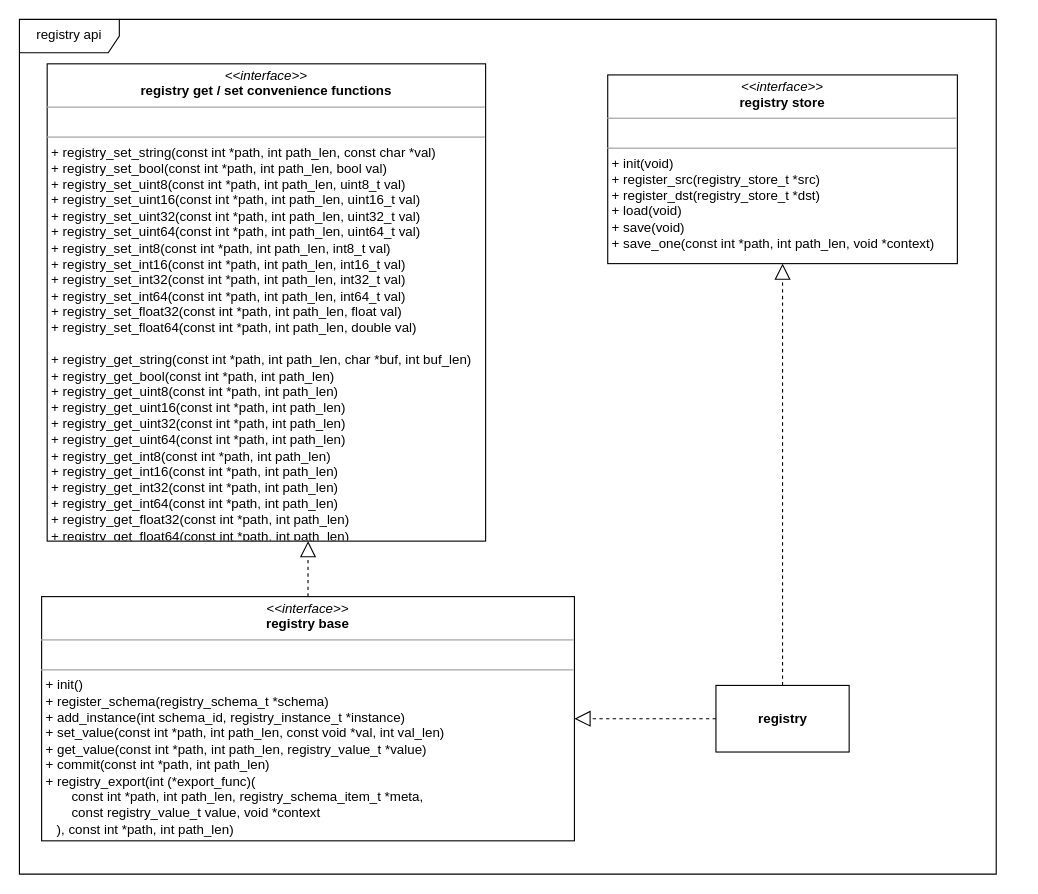
This is doc/drawio/api.drawio from LasseRosenow/riot-runtime-config, a draw.io file, before an edit. Source tidied: cells renumbered, new cells numbered last; positions are measured from the earlier drawing's top-left corner, leaving out a move shared by most shapes. Both pictures are drawn from the tidied source at 111%, with x=0, y=0 at pixel (19, 19).
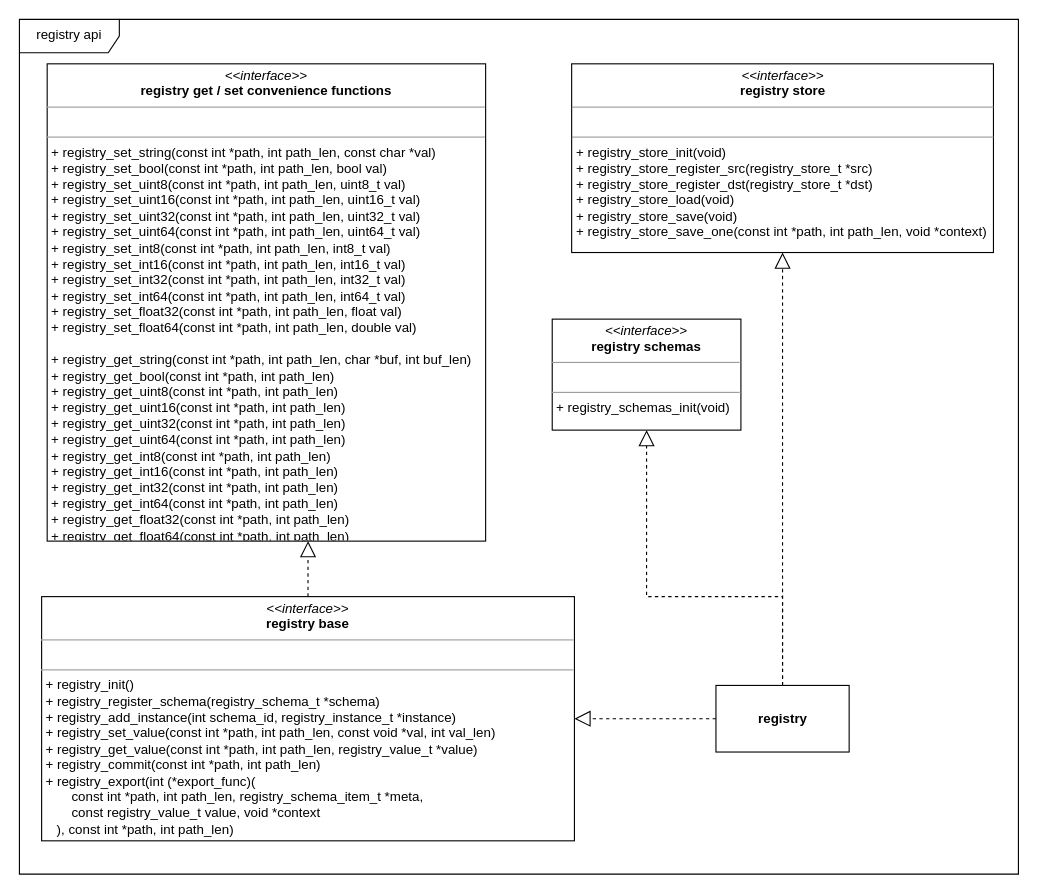
The same diagram, later.

The edit, as a diff of the source:
```diff
@@
 <mxGraphModel background="#FFFFFF">
   <root>
     <mxCell id="0" />
     <mxCell id="1" parent="0" />
     <mxCell id="2" value="registry api" style="shape=umlFrame;whiteSpace=wrap;html=1;verticalAlign=top;width=90;height=30;swimlaneFillColor=#ffffff;" parent="1" vertex="1">
-      <mxGeometry width="880" height="770" as="geometry" />
+      <mxGeometry width="900" height="770" as="geometry" />
     </mxCell>
-    <mxCell id="3" value="&lt;p style=&quot;margin: 0px ; margin-top: 4px ; text-align: center&quot;&gt;&lt;i&gt;&amp;lt;&amp;lt;interface&amp;gt;&amp;gt;&lt;/i&gt;&lt;br&gt;&lt;b&gt;registry base&lt;/b&gt;&lt;br&gt;&lt;/p&gt;&lt;hr size=&quot;1&quot;&gt;&lt;p style=&quot;margin: 0px ; margin-left: 4px&quot;&gt;&lt;br&gt;&lt;/p&gt;&lt;hr size=&quot;1&quot;&gt;&lt;p style=&quot;margin: 0px ; margin-left: 4px&quot;&gt;+ init()&lt;/p&gt;&lt;p style=&quot;margin: 0px ; margin-left: 4px&quot;&gt;+ register_schema(registry_schema_t *schema)&lt;/p&gt;&lt;p style=&quot;margin: 0px ; margin-left: 4px&quot;&gt;+&amp;nbsp;add_instance(int schema_id, registry_instance_t *instance)&lt;/p&gt;&lt;p style=&quot;margin: 0px ; margin-left: 4px&quot;&gt;+&amp;nbsp;set_value(const int *path, int path_len, const void *val, int val_len)&lt;/p&gt;&lt;p style=&quot;margin: 0px ; margin-left: 4px&quot;&gt;+&amp;nbsp;get_value(const int *path, int path_len, registry_value_t *value)&lt;/p&gt;&lt;p style=&quot;margin: 0px ; margin-left: 4px&quot;&gt;+&amp;nbsp;commit(const int *path, int path_len)&lt;/p&gt;&lt;p style=&quot;margin: 0px ; margin-left: 4px&quot;&gt;+&amp;nbsp;&lt;span&gt;registry_export(int (*export_func)(&lt;/span&gt;&lt;/p&gt;&lt;p style=&quot;margin: 0px ; margin-left: 4px&quot;&gt;&lt;span&gt;&amp;nbsp; &amp;nbsp; &amp;nbsp; &amp;nbsp;const int *path, int path_len, registry_schema_item_t *meta,&amp;nbsp;&lt;/span&gt;&lt;/p&gt;&lt;p style=&quot;margin: 0px ; margin-left: 4px&quot;&gt;&lt;span&gt;&amp;nbsp; &amp;nbsp; &amp;nbsp; &amp;nbsp;const registry_value_t value,&amp;nbsp;&lt;/span&gt;&lt;span&gt;void *context&lt;/span&gt;&lt;/p&gt;&lt;p style=&quot;margin: 0px ; margin-left: 4px&quot;&gt;&lt;span&gt;&amp;nbsp; &amp;nbsp;), const int *path, int path_len)&lt;/span&gt;&lt;/p&gt;" style="verticalAlign=top;align=left;overflow=fill;fontSize=12;fontFamily=Helvetica;html=1;" parent="1" vertex="1">
+    <mxCell id="3" value="&lt;p style=&quot;margin: 0px ; margin-top: 4px ; text-align: center&quot;&gt;&lt;i&gt;&amp;lt;&amp;lt;interface&amp;gt;&amp;gt;&lt;/i&gt;&lt;br&gt;&lt;b&gt;registry base&lt;/b&gt;&lt;br&gt;&lt;/p&gt;&lt;hr size=&quot;1&quot;&gt;&lt;p style=&quot;margin: 0px ; margin-left: 4px&quot;&gt;&lt;br&gt;&lt;/p&gt;&lt;hr size=&quot;1&quot;&gt;&lt;p style=&quot;margin: 0px ; margin-left: 4px&quot;&gt;+ registry_init()&lt;/p&gt;&lt;p style=&quot;margin: 0px ; margin-left: 4px&quot;&gt;+ registry_register_schema(registry_schema_t *schema)&lt;/p&gt;&lt;p style=&quot;margin: 0px ; margin-left: 4px&quot;&gt;+ registry_add_instance(int schema_id, registry_instance_t *instance)&lt;/p&gt;&lt;p style=&quot;margin: 0px ; margin-left: 4px&quot;&gt;+ registry_set_value(const int *path, int path_len, const void *val, int val_len)&lt;/p&gt;&lt;p style=&quot;margin: 0px ; margin-left: 4px&quot;&gt;+ registry_get_value(const int *path, int path_len, registry_value_t *value)&lt;/p&gt;&lt;p style=&quot;margin: 0px ; margin-left: 4px&quot;&gt;+ registry_commit(const int *path, int path_len)&lt;/p&gt;&lt;p style=&quot;margin: 0px ; margin-left: 4px&quot;&gt;+&amp;nbsp;&lt;span&gt;registry_export(int (*export_func)(&lt;/span&gt;&lt;/p&gt;&lt;p style=&quot;margin: 0px ; margin-left: 4px&quot;&gt;&lt;span&gt;&amp;nbsp; &amp;nbsp; &amp;nbsp; &amp;nbsp;const int *path, int path_len, registry_schema_item_t *meta,&amp;nbsp;&lt;/span&gt;&lt;/p&gt;&lt;p style=&quot;margin: 0px ; margin-left: 4px&quot;&gt;&lt;span&gt;&amp;nbsp; &amp;nbsp; &amp;nbsp; &amp;nbsp;const registry_value_t value,&amp;nbsp;&lt;/span&gt;&lt;span&gt;void *context&lt;/span&gt;&lt;/p&gt;&lt;p style=&quot;margin: 0px ; margin-left: 4px&quot;&gt;&lt;span&gt;&amp;nbsp; &amp;nbsp;), const int *path, int path_len)&lt;/span&gt;&lt;/p&gt;" style="verticalAlign=top;align=left;overflow=fill;fontSize=12;fontFamily=Helvetica;html=1;" parent="1" vertex="1">
       <mxGeometry x="20" y="520" width="480" height="220" as="geometry" />
     </mxCell>
-    <mxCell id="4" value="&lt;p style=&quot;margin: 0px ; margin-top: 4px ; text-align: center&quot;&gt;&lt;i&gt;&amp;lt;&amp;lt;interface&amp;gt;&amp;gt;&lt;/i&gt;&lt;br&gt;&lt;b&gt;registry store&lt;/b&gt;&lt;br&gt;&lt;/p&gt;&lt;hr size=&quot;1&quot;&gt;&lt;p style=&quot;margin: 0px ; margin-left: 4px&quot;&gt;&lt;br&gt;&lt;/p&gt;&lt;hr size=&quot;1&quot;&gt;&lt;p style=&quot;margin: 0px ; margin-left: 4px&quot;&gt;+ init(void)&lt;br&gt;&lt;/p&gt;&lt;p style=&quot;margin: 0px ; margin-left: 4px&quot;&gt;+ register_src(registry_store_t *src)&lt;br&gt;&lt;/p&gt;&lt;p style=&quot;margin: 0px ; margin-left: 4px&quot;&gt;+&amp;nbsp;register_dst(registry_store_t *dst)&lt;br&gt;&lt;/p&gt;&lt;p style=&quot;margin: 0px ; margin-left: 4px&quot;&gt;+&amp;nbsp;load(void)&lt;br&gt;&lt;/p&gt;&lt;p style=&quot;margin: 0px 0px 0px 4px&quot;&gt;+&amp;nbsp;save(void)&lt;/p&gt;&lt;p style=&quot;margin: 0px 0px 0px 4px&quot;&gt;+&amp;nbsp;save_one(const int *path, int path_len, void *context)&lt;/p&gt;" style="verticalAlign=top;align=left;overflow=fill;fontSize=12;fontFamily=Helvetica;html=1;" parent="1" vertex="1">
-      <mxGeometry x="530" y="50" width="315" height="170" as="geometry" />
+    <mxCell id="4" value="&lt;p style=&quot;margin: 0px ; margin-top: 4px ; text-align: center&quot;&gt;&lt;i&gt;&amp;lt;&amp;lt;interface&amp;gt;&amp;gt;&lt;/i&gt;&lt;br&gt;&lt;b&gt;registry store&lt;/b&gt;&lt;br&gt;&lt;/p&gt;&lt;hr size=&quot;1&quot;&gt;&lt;p style=&quot;margin: 0px ; margin-left: 4px&quot;&gt;&lt;br&gt;&lt;/p&gt;&lt;hr size=&quot;1&quot;&gt;&lt;p style=&quot;margin: 0px ; margin-left: 4px&quot;&gt;+ registry_store_init(void)&lt;br&gt;&lt;/p&gt;&lt;p style=&quot;margin: 0px ; margin-left: 4px&quot;&gt;+ registry_store_register_src(registry_store_t *src)&lt;br&gt;&lt;/p&gt;&lt;p style=&quot;margin: 0px ; margin-left: 4px&quot;&gt;+ registry_store_register_dst(registry_store_t *dst)&lt;br&gt;&lt;/p&gt;&lt;p style=&quot;margin: 0px ; margin-left: 4px&quot;&gt;+ registry_store_load(void)&lt;br&gt;&lt;/p&gt;&lt;p style=&quot;margin: 0px 0px 0px 4px&quot;&gt;+ registry_store_save(void)&lt;/p&gt;&lt;p style=&quot;margin: 0px 0px 0px 4px&quot;&gt;+ registry_store_save_one(const int *path, int path_len, void *context)&lt;/p&gt;" style="verticalAlign=top;align=left;overflow=fill;fontSize=12;fontFamily=Helvetica;html=1;" parent="1" vertex="1">
+      <mxGeometry x="497.5" y="40" width="380" height="170" as="geometry" />
     </mxCell>
     <mxCell id="5" value="&lt;b&gt;registry&lt;/b&gt;" style="rounded=0;whiteSpace=wrap;html=1;" parent="1" vertex="1">
       <mxGeometry x="627.5" y="600" width="120" height="60" as="geometry" />
     </mxCell>
     <mxCell id="6" style="endArrow=block;dashed=1;endFill=0;endSize=12;html=1;edgeStyle=orthogonalEdgeStyle;rounded=0;" parent="1" edge="1" source="5" target="3">
       <mxGeometry relative="1" as="geometry" />
     </mxCell>
     <mxCell id="7" style="endArrow=block;dashed=1;endFill=0;endSize=12;html=1;edgeStyle=orthogonalEdgeStyle;rounded=0;" parent="1" edge="1" source="5" target="4">
       <mxGeometry relative="1" as="geometry">
         <Array as="points">
           <mxPoint x="688" y="510" />
           <mxPoint x="688" y="510" />
         </Array>
       </mxGeometry>
     </mxCell>
     <mxCell id="8" value="&lt;p style=&quot;margin: 0px ; margin-top: 4px ; text-align: center&quot;&gt;&lt;i&gt;&amp;lt;&amp;lt;interface&amp;gt;&amp;gt;&lt;/i&gt;&lt;br&gt;&lt;b&gt;registry get / set convenience functions&lt;/b&gt;&lt;br&gt;&lt;/p&gt;&lt;hr size=&quot;1&quot;&gt;&lt;p style=&quot;margin: 0px ; margin-left: 4px&quot;&gt;&lt;br&gt;&lt;/p&gt;&lt;hr size=&quot;1&quot;&gt;&lt;p style=&quot;margin: 0px 0px 0px 4px&quot;&gt;+&amp;nbsp;registry_set_string(const int *path, int path_len, const char *val)&lt;/p&gt;&lt;p style=&quot;margin: 0px 0px 0px 4px&quot;&gt;+&amp;nbsp;registry_set_bool(const int *path, int path_len, bool val)&lt;/p&gt;&lt;p style=&quot;margin: 0px 0px 0px 4px&quot;&gt;+&amp;nbsp;registry_set_uint8(const int *path, int path_len, uint8_t val)&lt;/p&gt;&lt;p style=&quot;margin: 0px 0px 0px 4px&quot;&gt;+&amp;nbsp;registry_set_uint16(const int *path, int path_len, uint16_t val)&lt;/p&gt;&lt;p style=&quot;margin: 0px 0px 0px 4px&quot;&gt;+&amp;nbsp;registry_set_uint32(const int *path, int path_len, uint32_t val)&lt;/p&gt;&lt;p style=&quot;margin: 0px 0px 0px 4px&quot;&gt;+&amp;nbsp;registry_set_uint64(const int *path, int path_len, uint64_t val)&lt;/p&gt;&lt;p style=&quot;margin: 0px 0px 0px 4px&quot;&gt;+&amp;nbsp;registry_set_int8(const int *path, int path_len, int8_t val)&lt;/p&gt;&lt;p style=&quot;margin: 0px 0px 0px 4px&quot;&gt;+&amp;nbsp;registry_set_int16(const int *path, int path_len, int16_t val)&lt;/p&gt;&lt;p style=&quot;margin: 0px 0px 0px 4px&quot;&gt;+&amp;nbsp;registry_set_int32(const int *path, int path_len, int32_t val)&lt;/p&gt;&lt;p style=&quot;margin: 0px 0px 0px 4px&quot;&gt;+&amp;nbsp;registry_set_int64(const int *path, int path_len, int64_t val)&lt;/p&gt;&lt;p style=&quot;margin: 0px 0px 0px 4px&quot;&gt;+&amp;nbsp;registry_set_float32(const int *path, int path_len, float val)&lt;/p&gt;&lt;p style=&quot;margin: 0px 0px 0px 4px&quot;&gt;+&amp;nbsp;registry_set_float64(const int *path, int path_len, double val)&lt;/p&gt;&lt;p style=&quot;margin: 0px ; margin-left: 4px&quot;&gt;&lt;br&gt;&lt;/p&gt;&lt;p style=&quot;margin: 0px ; margin-left: 4px&quot;&gt;+&amp;nbsp;registry_get_string(const int *path, int path_len, char *buf, int buf_len)&lt;/p&gt;&lt;p style=&quot;margin: 0px ; margin-left: 4px&quot;&gt;+&amp;nbsp;registry_get_bool(const int *path, int path_len)&lt;/p&gt;&lt;p style=&quot;margin: 0px ; margin-left: 4px&quot;&gt;+&amp;nbsp;registry_get_uint8(const int *path, int path_len)&lt;/p&gt;&lt;p style=&quot;margin: 0px ; margin-left: 4px&quot;&gt;+&amp;nbsp;registry_get_uint16(const int *path, int path_len)&lt;/p&gt;&lt;p style=&quot;margin: 0px ; margin-left: 4px&quot;&gt;+&amp;nbsp;registry_get_uint32(const int *path, int path_len)&lt;/p&gt;&lt;p style=&quot;margin: 0px ; margin-left: 4px&quot;&gt;+&amp;nbsp;registry_get_uint64(const int *path, int path_len)&lt;/p&gt;&lt;p style=&quot;margin: 0px ; margin-left: 4px&quot;&gt;+&amp;nbsp;registry_get_int8(const int *path, int path_len)&lt;/p&gt;&lt;p style=&quot;margin: 0px ; margin-left: 4px&quot;&gt;+&amp;nbsp;registry_get_int16(const int *path, int path_len)&lt;/p&gt;&lt;p style=&quot;margin: 0px ; margin-left: 4px&quot;&gt;+&amp;nbsp;registry_get_int32(const int *path, int path_len)&lt;/p&gt;&lt;p style=&quot;margin: 0px ; margin-left: 4px&quot;&gt;+&amp;nbsp;registry_get_int64(const int *path, int path_len)&lt;/p&gt;&lt;p style=&quot;margin: 0px ; margin-left: 4px&quot;&gt;+&amp;nbsp;registry_get_float32(const int *path, int path_len)&lt;/p&gt;&lt;p style=&quot;margin: 0px ; margin-left: 4px&quot;&gt;+&amp;nbsp;registry_get_float64(const int *path, int path_len)&lt;/p&gt;" style="verticalAlign=top;align=left;overflow=fill;fontSize=12;fontFamily=Helvetica;html=1;" parent="1" vertex="1">
       <mxGeometry x="25" y="40" width="395" height="430" as="geometry" />
     </mxCell>
     <mxCell id="9" style="endArrow=block;dashed=1;endFill=0;endSize=12;html=1;edgeStyle=orthogonalEdgeStyle;rounded=0;" parent="1" edge="1" source="3" target="8">
       <mxGeometry relative="1" as="geometry">
         <Array as="points">
           <mxPoint x="260" y="510" />
           <mxPoint x="260" y="510" />
         </Array>
       </mxGeometry>
     </mxCell>
+    <mxCell id="10" value="&lt;p style=&quot;margin: 0px ; margin-top: 4px ; text-align: center&quot;&gt;&lt;i&gt;&amp;lt;&amp;lt;interface&amp;gt;&amp;gt;&lt;/i&gt;&lt;br&gt;&lt;b&gt;registry schemas&lt;/b&gt;&lt;br&gt;&lt;/p&gt;&lt;hr size=&quot;1&quot;&gt;&lt;p style=&quot;margin: 0px ; margin-left: 4px&quot;&gt;&lt;br&gt;&lt;/p&gt;&lt;hr size=&quot;1&quot;&gt;&lt;p style=&quot;margin: 0px ; margin-left: 4px&quot;&gt;+ registry_schemas_init(void)&lt;/p&gt;" style="verticalAlign=top;align=left;overflow=fill;fontSize=12;fontFamily=Helvetica;html=1;" parent="1" vertex="1">
+      <mxGeometry x="480" y="270" width="170" height="100" as="geometry" />
+    </mxCell>
+    <mxCell id="11" style="endArrow=block;dashed=1;endFill=0;endSize=12;html=1;edgeStyle=orthogonalEdgeStyle;rounded=0;" parent="1" edge="1" source="5" target="10">
+      <mxGeometry relative="1" as="geometry">
+        <Array as="points">
+          <mxPoint x="688" y="520" />
+          <mxPoint x="565" y="520" />
+        </Array>
+      </mxGeometry>
+    </mxCell>
   </root>
 </mxGraphModel>
```
